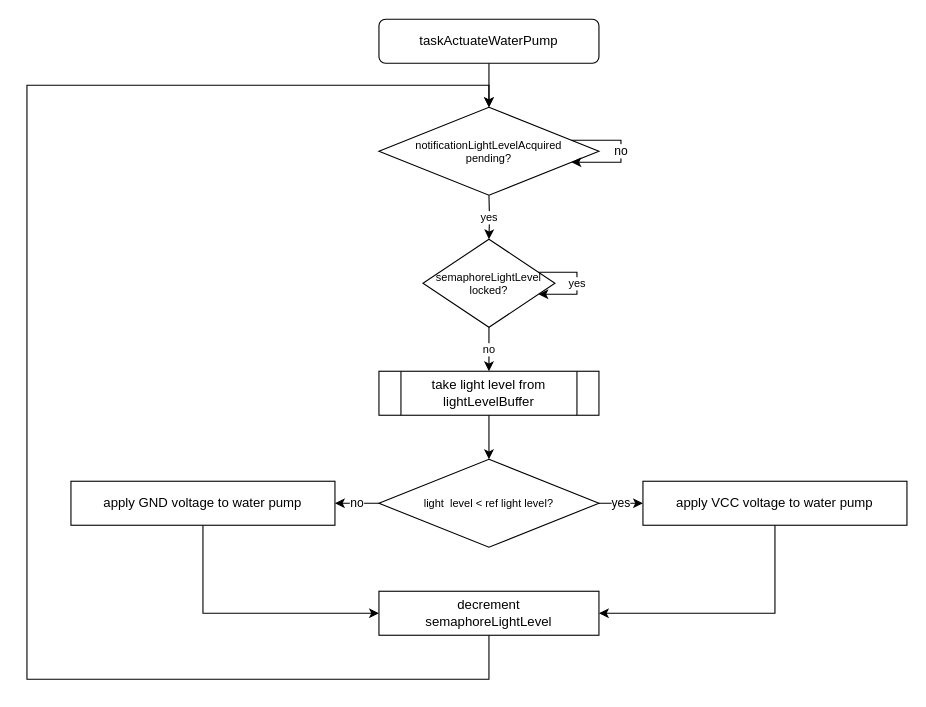
rafaelandrepedro/embebidos2122 keeps this draw.io diagram as Diagrams/taskActuateWaterPump.drawio. Above is the earlier version. Source tidied: cells renumbered, new cells numbered last; positions are measured from the earlier drawing's top-left corner, leaving out a move shared by most shapes. Both pictures are drawn from the tidied source at 110%, with x=0, y=0 at pixel (26, 19).
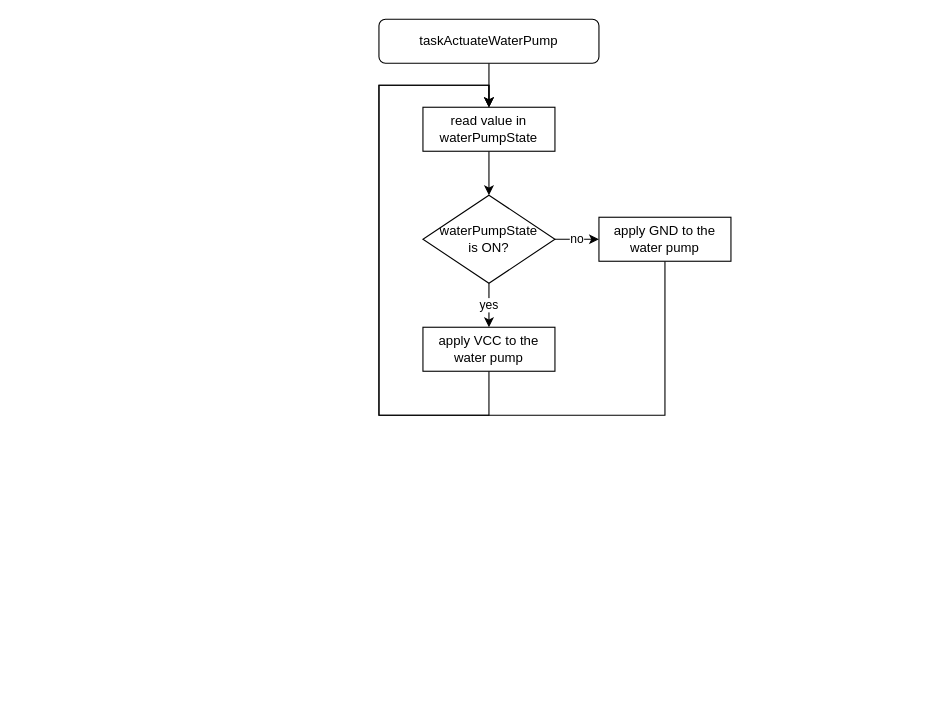
After the change.

Diff of the diagram source:
```diff
@@
-    <mxCell id="4" value="yes" style="edgeStyle=orthogonalEdgeStyle;rounded=0;jettySize=auto;html=1;fontSize=10;" parent="1" edge="1" target="6">
-      <mxGeometry relative="1" as="geometry">
-        <mxPoint x="420" y="160" as="sourcePoint" />
-      </mxGeometry>
-    </mxCell>
-    <mxCell id="5" value="no" style="edgeStyle=orthogonalEdgeStyle;rounded=0;jettySize=auto;html=1;fontSize=10;" parent="1" edge="1" source="6">
-      <mxGeometry relative="1" as="geometry">
-        <mxPoint x="420" y="320" as="targetPoint" />
-      </mxGeometry>
-    </mxCell>
-    <mxCell id="6" value="semaphoreLightLevel&lt;br style=&quot;font-size: 10px&quot;&gt;locked?" style="rhombus;whiteSpace=wrap;html=1;fontSize=10;" parent="1" vertex="1">
-      <mxGeometry x="360" y="200" width="120" height="80" as="geometry" />
-    </mxCell>
-    <mxCell id="7" value="decrement&lt;br&gt;semaphoreLightLevel" style="rounded=0;whiteSpace=wrap;html=1;" parent="1" vertex="1">
-      <mxGeometry x="320" y="520" width="200" height="40" as="geometry" />
-    </mxCell>
-    <mxCell id="8" style="edgeStyle=orthogonalEdgeStyle;rounded=0;jettySize=auto;html=1;entryX=0.5;entryY=0;entryDx=0;entryDy=0;fontSize=10;exitX=0.5;exitY=1;exitDx=0;exitDy=0;" parent="1" edge="1" source="7">
+    <mxCell id="8" style="edgeStyle=orthogonalEdgeStyle;rounded=0;jettySize=auto;html=1;entryX=0.5;entryY=0;entryDx=0;entryDy=0;fontSize=10;exitX=0.5;exitY=1;exitDx=0;exitDy=0;" parent="1" edge="1" source="23">
       <mxGeometry relative="1" as="geometry">
         <mxPoint x="420" y="80" as="targetPoint" />
         <Array as="points">
-          <mxPoint x="420" y="600" />
-          <mxPoint y="600" />
-          <mxPoint y="60" />
+          <mxPoint x="420" y="360" />
+          <mxPoint x="320" y="360" />
+          <mxPoint x="320" y="60" />
           <mxPoint x="420" y="60" />
         </Array>
       </mxGeometry>
     </mxCell>
-    <mxCell id="9" value="yes" style="edgeStyle=orthogonalEdgeStyle;rounded=0;orthogonalLoop=1;jettySize=auto;html=1;fontSize=10;" parent="1" edge="1" source="6" target="6">
-      <mxGeometry relative="1" as="geometry" />
-    </mxCell>
-    <mxCell id="10" value="notificationLightLevelAcquired&lt;br&gt;pending?" style="rhombus;whiteSpace=wrap;html=1;fontSize=10;" parent="1" vertex="1">
-      <mxGeometry x="320" y="80" width="200" height="80" as="geometry" />
-    </mxCell>
-    <mxCell id="11" value="no" style="edgeStyle=orthogonalEdgeStyle;rounded=0;orthogonalLoop=1;jettySize=auto;html=1;" parent="1" edge="1" source="10" target="10">
-      <mxGeometry relative="1" as="geometry" />
-    </mxCell>
-    <mxCell id="12" value="no" style="edgeStyle=orthogonalEdgeStyle;rounded=0;jettySize=auto;html=1;" parent="1" edge="1" source="14" target="20">
-      <mxGeometry relative="1" as="geometry" />
-    </mxCell>
+    <mxCell id="21" style="edgeStyle=orthogonalEdgeStyle;rounded=0;jettySize=auto;html=1;" parent="1" edge="1" source="22" target="25">
+      <mxGeometry relative="1" as="geometry" />
+    </mxCell>
+    <mxCell id="22" value="read value in waterPumpState" style="rounded=0;whiteSpace=wrap;html=1;" parent="1" vertex="1">
+      <mxGeometry x="360" y="80" width="120" height="40" as="geometry" />
+    </mxCell>
+    <mxCell id="23" value="apply VCC to the water pump" style="rounded=0;whiteSpace=wrap;html=1;" parent="1" vertex="1">
+      <mxGeometry x="360" y="280" width="120" height="40" as="geometry" />
+    </mxCell>
-    <mxCell id="13" value="yes" style="edgeStyle=orthogonalEdgeStyle;rounded=0;jettySize=auto;html=1;" parent="1" edge="1" source="14" target="18">
+    <mxCell id="13" value="yes" style="edgeStyle=orthogonalEdgeStyle;rounded=0;jettySize=auto;html=1;" parent="1" edge="1" source="25" target="23">
       <mxGeometry relative="1" as="geometry" />
     </mxCell>
-    <mxCell id="14" value="&lt;span style=&quot;font-size: 10px&quot;&gt;light&amp;nbsp; level &amp;lt; ref light level?&lt;br style=&quot;font-size: 10px&quot;&gt;&lt;/span&gt;" style="rhombus;whiteSpace=wrap;html=1;fontSize=10;" parent="1" vertex="1">
-      <mxGeometry x="320" y="400" width="200" height="80" as="geometry" />
-    </mxCell>
-    <mxCell id="15" style="edgeStyle=orthogonalEdgeStyle;rounded=0;jettySize=auto;html=1;" parent="1" edge="1" source="16" target="14">
-      <mxGeometry relative="1" as="geometry" />
-    </mxCell>
-    <mxCell id="16" value="take light level from lightLevelBuffer" style="shape=process;whiteSpace=wrap;html=1;backgroundOutline=1;" parent="1" vertex="1">
-      <mxGeometry x="320" y="320" width="200" height="40" as="geometry" />
-    </mxCell>
-    <mxCell id="17" style="edgeStyle=orthogonalEdgeStyle;rounded=0;jettySize=auto;html=1;entryX=1;entryY=0.5;entryDx=0;entryDy=0;" parent="1" edge="1" source="18" target="7">
-      <mxGeometry relative="1" as="geometry">
-        <Array as="points">
-          <mxPoint x="680" y="540" />
-        </Array>
-      </mxGeometry>
-    </mxCell>
-    <mxCell id="18" value="apply VCC voltage to water pump" style="rounded=0;whiteSpace=wrap;html=1;" parent="1" vertex="1">
-      <mxGeometry x="560" y="420" width="240" height="40" as="geometry" />
-    </mxCell>
-    <mxCell id="19" style="edgeStyle=orthogonalEdgeStyle;rounded=0;jettySize=auto;html=1;entryX=0;entryY=0.5;entryDx=0;entryDy=0;" parent="1" edge="1" source="20" target="7">
-      <mxGeometry relative="1" as="geometry">
-        <Array as="points">
-          <mxPoint x="160" y="540" />
-        </Array>
-      </mxGeometry>
-    </mxCell>
-    <mxCell id="20" value="apply GND voltage to water pump" style="rounded=0;whiteSpace=wrap;html=1;" parent="1" vertex="1">
-      <mxGeometry x="40" y="420" width="240" height="40" as="geometry" />
-    </mxCell>
+    <mxCell id="24" value="no" style="edgeStyle=orthogonalEdgeStyle;rounded=0;jettySize=auto;html=1;" parent="1" edge="1" source="25" target="27">
+      <mxGeometry relative="1" as="geometry" />
+    </mxCell>
+    <mxCell id="25" value="waterPumpState&lt;br&gt;is ON?" style="rhombus;whiteSpace=wrap;html=1;" parent="1" vertex="1">
+      <mxGeometry x="360" y="160" width="120" height="80" as="geometry" />
+    </mxCell>
+    <mxCell id="26" style="edgeStyle=orthogonalEdgeStyle;rounded=0;jettySize=auto;html=1;entryX=0.5;entryY=0;entryDx=0;entryDy=0;" parent="1" edge="1" source="27" target="22">
+      <mxGeometry relative="1" as="geometry">
+        <Array as="points">
+          <mxPoint x="580" y="360" />
+          <mxPoint x="320" y="360" />
+          <mxPoint x="320" y="60" />
+          <mxPoint x="420" y="60" />
+        </Array>
+      </mxGeometry>
+    </mxCell>
+    <mxCell id="27" value="apply GND to the water pump" style="rounded=0;whiteSpace=wrap;html=1;" parent="1" vertex="1">
+      <mxGeometry x="520" y="180" width="120" height="40" as="geometry" />
+    </mxCell>
```
